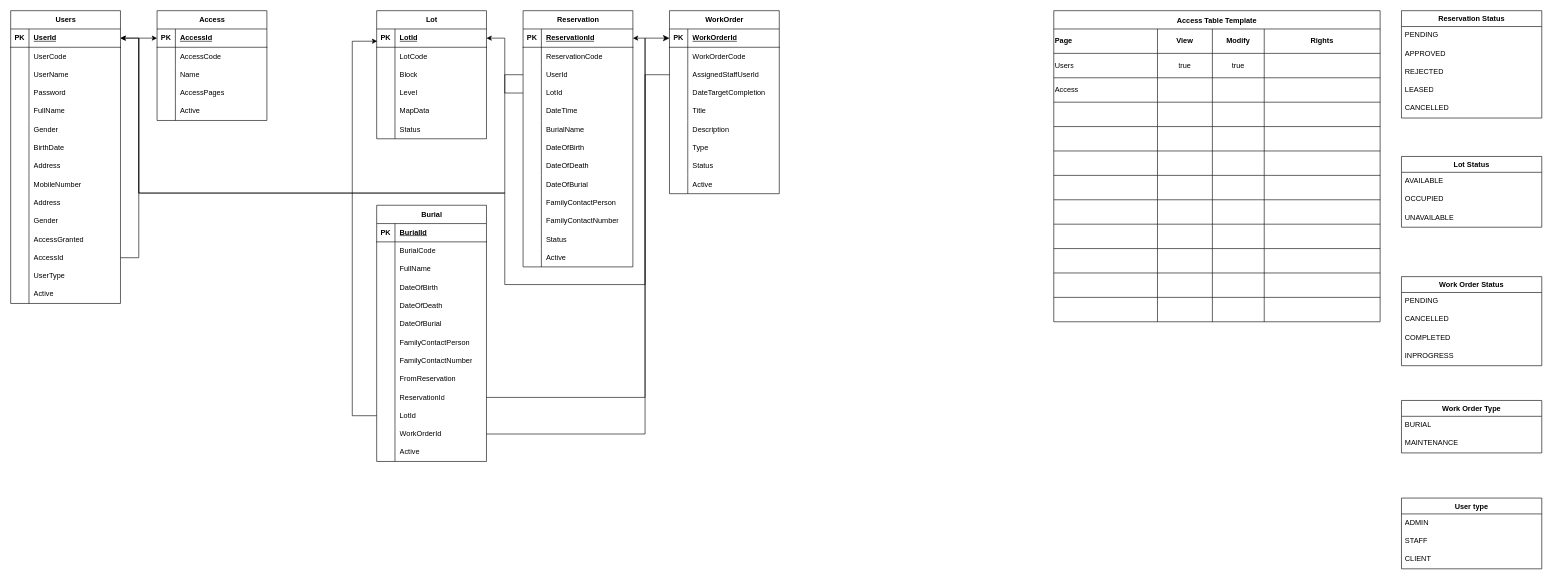
The draw.io diagram db/diagram.drawio in erwin-io/cemify, before the edit. Source tidied: cells renumbered, new cells numbered last; positions are measured from the earlier drawing's top-left corner, leaving out a move shared by most shapes. Both pictures are drawn from the tidied source at 61%, with x=0, y=0 at pixel (10, 10).
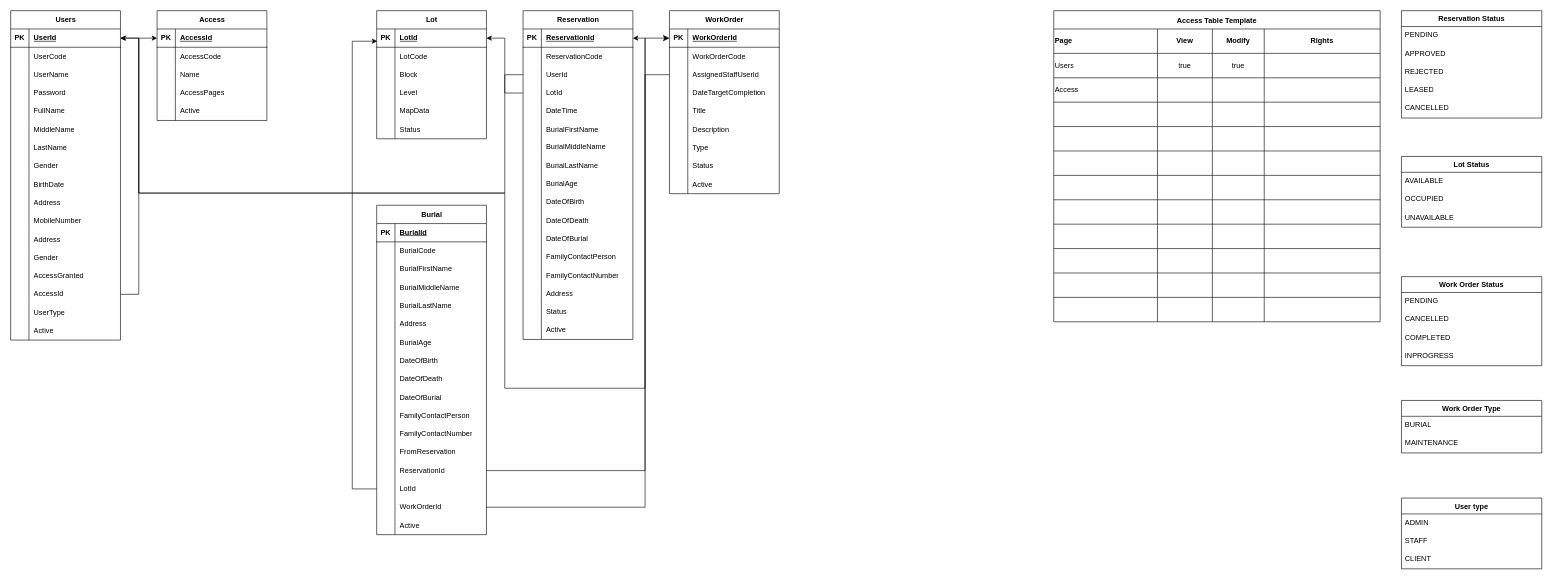
The same page after the edit.

The change refers to these unchanged cells:
```xml
<mxCell id="3" style="shape=tableRow;horizontal=0;startSize=0;swimlaneHead=0;swimlaneBody=0;fillColor=none;points=[[0,0.5],[1,0.5]];portConstraint=eastwest;top=0;left=0;right=0;bottom=1;" parent="2" vertex="1">
  <mxGeometry y="30" width="180" height="30" as="geometry" />
</mxCell>
<mxCell id="133" style="shape=tableRow;horizontal=0;startSize=0;swimlaneHead=0;swimlaneBody=0;fillColor=none;points=[[0,0.5],[1,0.5]];portConstraint=eastwest;top=0;left=0;right=0;bottom=1;" parent="132" vertex="1">
  <mxGeometry y="30" width="180" height="30" as="geometry" />
</mxCell>
<mxCell id="199" style="shape=tableRow;horizontal=0;startSize=0;swimlaneHead=0;swimlaneBody=0;fillColor=none;top=0;left=0;right=0;bottom=0;" parent="192" vertex="1">
  <mxGeometry y="90" width="180" height="30" as="geometry" />
</mxCell>
<mxCell id="240" style="shape=tableRow;horizontal=0;startSize=0;swimlaneHead=0;swimlaneBody=0;fillColor=none;points=[[0,0.5],[1,0.5]];portConstraint=eastwest;top=0;left=0;right=0;bottom=1;" parent="239" vertex="1">
  <mxGeometry y="30" width="180" height="30" as="geometry" />
</mxCell>
<mxCell id="246" style="shape=tableRow;horizontal=0;startSize=0;swimlaneHead=0;swimlaneBody=0;fillColor=none;points=[[0,0.5],[1,0.5]];portConstraint=eastwest;top=0;left=0;right=0;bottom=0;" parent="239" vertex="1">
  <mxGeometry y="90" width="180" height="30" as="geometry" />
</mxCell>
```

Change to the diagram source:
```diff
@@
     <mxCell id="2" value="Users" style="shape=table;startSize=30;childLayout=tableLayout;rowLines=0;fontStyle=1;align=center;html=1;" parent="1" vertex="1">
-      <mxGeometry width="180" height="480" as="geometry" />
+      <mxGeometry width="180" height="540" as="geometry" />
     </mxCell>
@@
+    <mxCell id="281" style="shape=tableRow;horizontal=0;startSize=0;swimlaneHead=0;swimlaneBody=0;fillColor=none;top=0;left=0;right=0;bottom=0;" parent="2" vertex="1">
+      <mxGeometry y="180" width="180" height="30" as="geometry" />
+    </mxCell>
+    <mxCell id="282" style="shape=partialRectangle;fillColor=none;top=0;left=0;bottom=0;right=0;overflow=hidden;whiteSpace=wrap;html=1;" parent="281" vertex="1">
+      <mxGeometry width="30" height="30" as="geometry" />
+    </mxCell>
+    <mxCell id="283" value="MiddleName" style="shape=partialRectangle;fillColor=none;top=0;left=0;bottom=0;right=0;align=left;spacingLeft=6;overflow=hidden;whiteSpace=wrap;html=1;" parent="281" vertex="1">
+      <mxGeometry x="30" width="150" height="30" as="geometry" />
+    </mxCell>
+    <mxCell id="284" style="shape=tableRow;horizontal=0;startSize=0;swimlaneHead=0;swimlaneBody=0;fillColor=none;top=0;left=0;right=0;bottom=0;" parent="2" vertex="1">
+      <mxGeometry y="210" width="180" height="30" as="geometry" />
+    </mxCell>
+    <mxCell id="285" style="shape=partialRectangle;fillColor=none;top=0;left=0;bottom=0;right=0;overflow=hidden;whiteSpace=wrap;html=1;" parent="284" vertex="1">
+      <mxGeometry width="30" height="30" as="geometry" />
+    </mxCell>
+    <mxCell id="286" value="LastName" style="shape=partialRectangle;fillColor=none;top=0;left=0;bottom=0;right=0;align=left;spacingLeft=6;overflow=hidden;whiteSpace=wrap;html=1;" parent="284" vertex="1">
+      <mxGeometry x="30" width="150" height="30" as="geometry" />
+    </mxCell>
     <mxCell id="18" style="shape=tableRow;horizontal=0;startSize=0;swimlaneHead=0;swimlaneBody=0;fillColor=none;top=0;left=0;right=0;bottom=0;" parent="2" vertex="1">
-      <mxGeometry y="180" width="180" height="30" as="geometry" />
+      <mxGeometry y="240" width="180" height="30" as="geometry" />
     </mxCell>
@@
     <mxCell id="21" style="shape=tableRow;horizontal=0;startSize=0;swimlaneHead=0;swimlaneBody=0;fillColor=none;top=0;left=0;right=0;bottom=0;" parent="2" vertex="1">
-      <mxGeometry y="210" width="180" height="30" as="geometry" />
+      <mxGeometry y="270" width="180" height="30" as="geometry" />
     </mxCell>
@@
     <mxCell id="24" style="shape=tableRow;horizontal=0;startSize=0;swimlaneHead=0;swimlaneBody=0;fillColor=none;top=0;left=0;right=0;bottom=0;" parent="2" vertex="1">
-      <mxGeometry y="240" width="180" height="30" as="geometry" />
+      <mxGeometry y="300" width="180" height="30" as="geometry" />
     </mxCell>
@@
     <mxCell id="27" style="shape=tableRow;horizontal=0;startSize=0;swimlaneHead=0;swimlaneBody=0;fillColor=none;top=0;left=0;right=0;bottom=0;" parent="2" vertex="1">
-      <mxGeometry y="270" width="180" height="30" as="geometry" />
+      <mxGeometry y="330" width="180" height="30" as="geometry" />
     </mxCell>
@@
     <mxCell id="30" style="shape=tableRow;horizontal=0;startSize=0;swimlaneHead=0;swimlaneBody=0;fillColor=none;top=0;left=0;right=0;bottom=0;" parent="2" vertex="1">
-      <mxGeometry y="300" width="180" height="30" as="geometry" />
+      <mxGeometry y="360" width="180" height="30" as="geometry" />
     </mxCell>
@@
     <mxCell id="33" style="shape=tableRow;horizontal=0;startSize=0;swimlaneHead=0;swimlaneBody=0;fillColor=none;top=0;left=0;right=0;bottom=0;" parent="2" vertex="1">
-      <mxGeometry y="330" width="180" height="30" as="geometry" />
+      <mxGeometry y="390" width="180" height="30" as="geometry" />
     </mxCell>
@@
     <mxCell id="36" style="shape=tableRow;horizontal=0;startSize=0;swimlaneHead=0;swimlaneBody=0;fillColor=none;top=0;left=0;right=0;bottom=0;" parent="2" vertex="1">
-      <mxGeometry y="360" width="180" height="30" as="geometry" />
+      <mxGeometry y="420" width="180" height="30" as="geometry" />
     </mxCell>
@@
     <mxCell id="39" style="shape=tableRow;horizontal=0;startSize=0;swimlaneHead=0;swimlaneBody=0;fillColor=none;points=[[0,0.5],[1,0.5]];portConstraint=eastwest;top=0;left=0;right=0;bottom=0;" parent="2" vertex="1">
-      <mxGeometry y="390" width="180" height="30" as="geometry" />
+      <mxGeometry y="450" width="180" height="30" as="geometry" />
     </mxCell>
@@
     <mxCell id="42" style="shape=tableRow;horizontal=0;startSize=0;swimlaneHead=0;swimlaneBody=0;fillColor=none;top=0;left=0;right=0;bottom=0;" parent="2" vertex="1">
-      <mxGeometry y="420" width="180" height="30" as="geometry" />
+      <mxGeometry y="480" width="180" height="30" as="geometry" />
     </mxCell>
@@
     <mxCell id="45" style="shape=tableRow;horizontal=0;startSize=0;swimlaneHead=0;swimlaneBody=0;fillColor=none;top=0;left=0;right=0;bottom=0;" parent="2" vertex="1">
-      <mxGeometry y="450" width="180" height="30" as="geometry" />
+      <mxGeometry y="510" width="180" height="30" as="geometry" />
     </mxCell>
@@
     <mxCell id="151" value="Reservation" style="shape=table;startSize=30;childLayout=tableLayout;rowLines=0;fontStyle=1;align=center;html=1;" parent="1" vertex="1">
-      <mxGeometry x="840" width="180" height="420" as="geometry" />
+      <mxGeometry x="840" width="180" height="539" as="geometry" />
     </mxCell>
@@
     <mxCell id="167" style="shape=tableRow;horizontal=0;startSize=0;swimlaneHead=0;swimlaneBody=0;fillColor=none;top=0;left=0;right=0;bottom=0;" parent="151" vertex="1">
-      <mxGeometry y="180" width="180" height="30" as="geometry" />
+      <mxGeometry y="180" width="180" height="29" as="geometry" />
     </mxCell>
     <mxCell id="168" style="shape=partialRectangle;fillColor=none;top=0;left=0;bottom=0;right=0;overflow=hidden;whiteSpace=wrap;html=1;" parent="167" vertex="1">
-      <mxGeometry width="30" height="30" as="geometry" />
+      <mxGeometry width="30" height="29" as="geometry" />
     </mxCell>
-    <mxCell id="169" value="BurialName" style="shape=partialRectangle;fillColor=none;top=0;left=0;bottom=0;right=0;align=left;spacingLeft=6;overflow=hidden;whiteSpace=wrap;html=1;" parent="167" vertex="1">
-      <mxGeometry x="30" width="150" height="30" as="geometry" />
+    <mxCell id="169" value="BurialFirstName" style="shape=partialRectangle;fillColor=none;top=0;left=0;bottom=0;right=0;align=left;spacingLeft=6;overflow=hidden;whiteSpace=wrap;html=1;" parent="167" vertex="1">
+      <mxGeometry x="30" width="150" height="29" as="geometry" />
     </mxCell>
+    <mxCell id="287" style="shape=tableRow;horizontal=0;startSize=0;swimlaneHead=0;swimlaneBody=0;fillColor=none;top=0;left=0;right=0;bottom=0;" parent="151" vertex="1">
+      <mxGeometry y="209" width="180" height="30" as="geometry" />
+    </mxCell>
+    <mxCell id="288" style="shape=partialRectangle;fillColor=none;top=0;left=0;bottom=0;right=0;overflow=hidden;whiteSpace=wrap;html=1;" parent="287" vertex="1">
+      <mxGeometry width="30" height="30" as="geometry" />
+    </mxCell>
+    <mxCell id="289" value="BurialMiddleName" style="shape=partialRectangle;fillColor=none;top=0;left=0;bottom=0;right=0;align=left;spacingLeft=6;overflow=hidden;whiteSpace=wrap;html=1;" parent="287" vertex="1">
+      <mxGeometry x="30" width="150" height="30" as="geometry" />
+    </mxCell>
+    <mxCell id="290" style="shape=tableRow;horizontal=0;startSize=0;swimlaneHead=0;swimlaneBody=0;fillColor=none;top=0;left=0;right=0;bottom=0;" parent="151" vertex="1">
+      <mxGeometry y="239" width="180" height="30" as="geometry" />
+    </mxCell>
+    <mxCell id="291" style="shape=partialRectangle;fillColor=none;top=0;left=0;bottom=0;right=0;overflow=hidden;whiteSpace=wrap;html=1;" parent="290" vertex="1">
+      <mxGeometry width="30" height="30" as="geometry" />
+    </mxCell>
+    <mxCell id="292" value="BurialLastName" style="shape=partialRectangle;fillColor=none;top=0;left=0;bottom=0;right=0;align=left;spacingLeft=6;overflow=hidden;whiteSpace=wrap;html=1;" parent="290" vertex="1">
+      <mxGeometry x="30" width="150" height="30" as="geometry" />
+    </mxCell>
+    <mxCell id="293" style="shape=tableRow;horizontal=0;startSize=0;swimlaneHead=0;swimlaneBody=0;fillColor=none;top=0;left=0;right=0;bottom=0;" parent="151" vertex="1">
+      <mxGeometry y="269" width="180" height="30" as="geometry" />
+    </mxCell>
+    <mxCell id="294" style="shape=partialRectangle;fillColor=none;top=0;left=0;bottom=0;right=0;overflow=hidden;whiteSpace=wrap;html=1;" parent="293" vertex="1">
+      <mxGeometry width="30" height="30" as="geometry" />
+    </mxCell>
+    <mxCell id="295" value="BurialAge" style="shape=partialRectangle;fillColor=none;top=0;left=0;bottom=0;right=0;align=left;spacingLeft=6;overflow=hidden;whiteSpace=wrap;html=1;" parent="293" vertex="1">
+      <mxGeometry x="30" width="150" height="30" as="geometry" />
+    </mxCell>
     <mxCell id="170" style="shape=tableRow;horizontal=0;startSize=0;swimlaneHead=0;swimlaneBody=0;fillColor=none;top=0;left=0;right=0;bottom=0;" parent="151" vertex="1">
-      <mxGeometry y="210" width="180" height="30" as="geometry" />
+      <mxGeometry y="299" width="180" height="30" as="geometry" />
     </mxCell>
@@
     <mxCell id="173" style="shape=tableRow;horizontal=0;startSize=0;swimlaneHead=0;swimlaneBody=0;fillColor=none;top=0;left=0;right=0;bottom=0;" parent="151" vertex="1">
-      <mxGeometry y="240" width="180" height="30" as="geometry" />
+      <mxGeometry y="329" width="180" height="30" as="geometry" />
     </mxCell>
@@
     <mxCell id="176" style="shape=tableRow;horizontal=0;startSize=0;swimlaneHead=0;swimlaneBody=0;fillColor=none;top=0;left=0;right=0;bottom=0;" parent="151" vertex="1">
-      <mxGeometry y="270" width="180" height="30" as="geometry" />
+      <mxGeometry y="359" width="180" height="30" as="geometry" />
     </mxCell>
@@
     <mxCell id="179" style="shape=tableRow;horizontal=0;startSize=0;swimlaneHead=0;swimlaneBody=0;fillColor=none;top=0;left=0;right=0;bottom=0;" parent="151" vertex="1">
-      <mxGeometry y="300" width="180" height="30" as="geometry" />
+      <mxGeometry y="389" width="180" height="30" as="geometry" />
     </mxCell>
@@
     <mxCell id="182" style="shape=tableRow;horizontal=0;startSize=0;swimlaneHead=0;swimlaneBody=0;fillColor=none;top=0;left=0;right=0;bottom=0;" parent="151" vertex="1">
-      <mxGeometry y="330" width="180" height="30" as="geometry" />
+      <mxGeometry y="419" width="180" height="30" as="geometry" />
     </mxCell>
@@
+    <mxCell id="296" style="shape=tableRow;horizontal=0;startSize=0;swimlaneHead=0;swimlaneBody=0;fillColor=none;top=0;left=0;right=0;bottom=0;" parent="151" vertex="1">
+      <mxGeometry y="449" width="180" height="30" as="geometry" />
+    </mxCell>
+    <mxCell id="297" style="shape=partialRectangle;fillColor=none;top=0;left=0;bottom=0;right=0;overflow=hidden;whiteSpace=wrap;html=1;" parent="296" vertex="1">
+      <mxGeometry width="30" height="30" as="geometry" />
+    </mxCell>
+    <mxCell id="298" value="Address" style="shape=partialRectangle;fillColor=none;top=0;left=0;bottom=0;right=0;align=left;spacingLeft=6;overflow=hidden;whiteSpace=wrap;html=1;" parent="296" vertex="1">
+      <mxGeometry x="30" width="150" height="30" as="geometry" />
+    </mxCell>
     <mxCell id="185" style="shape=tableRow;horizontal=0;startSize=0;swimlaneHead=0;swimlaneBody=0;fillColor=none;top=0;left=0;right=0;bottom=0;" parent="151" vertex="1">
-      <mxGeometry y="360" width="180" height="30" as="geometry" />
+      <mxGeometry y="479" width="180" height="30" as="geometry" />
     </mxCell>
@@
     <mxCell id="188" style="shape=tableRow;horizontal=0;startSize=0;swimlaneHead=0;swimlaneBody=0;fillColor=none;top=0;left=0;right=0;bottom=0;" parent="151" vertex="1">
-      <mxGeometry y="390" width="180" height="30" as="geometry" />
+      <mxGeometry y="509" width="180" height="30" as="geometry" />
     </mxCell>
@@
     <mxCell id="192" value="Burial" style="shape=table;startSize=30;childLayout=tableLayout;rowLines=0;fontStyle=1;align=center;html=1;" parent="1" vertex="1">
-      <mxGeometry x="600" y="319" width="180" height="420" as="geometry" />
+      <mxGeometry x="600" y="319" width="180" height="540" as="geometry" />
     </mxCell>
@@
-    <mxCell id="201" value="FullName" style="shape=partialRectangle;fillColor=none;top=0;left=0;bottom=0;right=0;align=left;spacingLeft=6;overflow=hidden;whiteSpace=wrap;html=1;" parent="199" vertex="1">
+    <mxCell id="201" value="BurialFirstName" style="shape=partialRectangle;fillColor=none;top=0;left=0;bottom=0;right=0;align=left;spacingLeft=6;overflow=hidden;whiteSpace=wrap;html=1;" parent="199" vertex="1">
       <mxGeometry x="30" width="150" height="30" as="geometry" />
     </mxCell>
+    <mxCell id="299" style="shape=tableRow;horizontal=0;startSize=0;swimlaneHead=0;swimlaneBody=0;fillColor=none;top=0;left=0;right=0;bottom=0;" parent="192" vertex="1">
+      <mxGeometry y="120" width="180" height="30" as="geometry" />
+    </mxCell>
+    <mxCell id="300" style="shape=partialRectangle;fillColor=none;top=0;left=0;bottom=0;right=0;overflow=hidden;whiteSpace=wrap;html=1;" parent="299" vertex="1">
+      <mxGeometry width="30" height="30" as="geometry" />
+    </mxCell>
+    <mxCell id="301" value="BurialMiddleName" style="shape=partialRectangle;fillColor=none;top=0;left=0;bottom=0;right=0;align=left;spacingLeft=6;overflow=hidden;whiteSpace=wrap;html=1;" parent="299" vertex="1">
+      <mxGeometry x="30" width="150" height="30" as="geometry" />
+    </mxCell>
+    <mxCell id="302" style="shape=tableRow;horizontal=0;startSize=0;swimlaneHead=0;swimlaneBody=0;fillColor=none;top=0;left=0;right=0;bottom=0;" parent="192" vertex="1">
+      <mxGeometry y="150" width="180" height="30" as="geometry" />
+    </mxCell>
+    <mxCell id="303" style="shape=partialRectangle;fillColor=none;top=0;left=0;bottom=0;right=0;overflow=hidden;whiteSpace=wrap;html=1;" parent="302" vertex="1">
+      <mxGeometry width="30" height="30" as="geometry" />
+    </mxCell>
+    <mxCell id="304" value="BurialLastName" style="shape=partialRectangle;fillColor=none;top=0;left=0;bottom=0;right=0;align=left;spacingLeft=6;overflow=hidden;whiteSpace=wrap;html=1;" parent="302" vertex="1">
+      <mxGeometry x="30" width="150" height="30" as="geometry" />
+    </mxCell>
+    <mxCell id="305" style="shape=tableRow;horizontal=0;startSize=0;swimlaneHead=0;swimlaneBody=0;fillColor=none;top=0;left=0;right=0;bottom=0;" parent="192" vertex="1">
+      <mxGeometry y="180" width="180" height="30" as="geometry" />
+    </mxCell>
+    <mxCell id="306" style="shape=partialRectangle;fillColor=none;top=0;left=0;bottom=0;right=0;overflow=hidden;whiteSpace=wrap;html=1;" parent="305" vertex="1">
+      <mxGeometry width="30" height="30" as="geometry" />
+    </mxCell>
+    <mxCell id="307" value="Address" style="shape=partialRectangle;fillColor=none;top=0;left=0;bottom=0;right=0;align=left;spacingLeft=6;overflow=hidden;whiteSpace=wrap;html=1;" parent="305" vertex="1">
+      <mxGeometry x="30" width="150" height="30" as="geometry" />
+    </mxCell>
+    <mxCell id="308" style="shape=tableRow;horizontal=0;startSize=0;swimlaneHead=0;swimlaneBody=0;fillColor=none;top=0;left=0;right=0;bottom=0;" parent="192" vertex="1">
+      <mxGeometry y="210" width="180" height="30" as="geometry" />
+    </mxCell>
+    <mxCell id="309" style="shape=partialRectangle;fillColor=none;top=0;left=0;bottom=0;right=0;overflow=hidden;whiteSpace=wrap;html=1;" parent="308" vertex="1">
+      <mxGeometry width="30" height="30" as="geometry" />
+    </mxCell>
+    <mxCell id="310" value="BurialAge" style="shape=partialRectangle;fillColor=none;top=0;left=0;bottom=0;right=0;align=left;spacingLeft=6;overflow=hidden;whiteSpace=wrap;html=1;" parent="308" vertex="1">
+      <mxGeometry x="30" width="150" height="30" as="geometry" />
+    </mxCell>
     <mxCell id="202" style="shape=tableRow;horizontal=0;startSize=0;swimlaneHead=0;swimlaneBody=0;fillColor=none;top=0;left=0;right=0;bottom=0;" parent="192" vertex="1">
-      <mxGeometry y="120" width="180" height="30" as="geometry" />
+      <mxGeometry y="240" width="180" height="30" as="geometry" />
     </mxCell>
@@
     <mxCell id="205" style="shape=tableRow;horizontal=0;startSize=0;swimlaneHead=0;swimlaneBody=0;fillColor=none;top=0;left=0;right=0;bottom=0;" parent="192" vertex="1">
-      <mxGeometry y="150" width="180" height="30" as="geometry" />
+      <mxGeometry y="270" width="180" height="30" as="geometry" />
     </mxCell>
@@
     <mxCell id="208" style="shape=tableRow;horizontal=0;startSize=0;swimlaneHead=0;swimlaneBody=0;fillColor=none;top=0;left=0;right=0;bottom=0;" parent="192" vertex="1">
-      <mxGeometry y="180" width="180" height="30" as="geometry" />
+      <mxGeometry y="300" width="180" height="30" as="geometry" />
     </mxCell>
@@
     <mxCell id="211" style="shape=tableRow;horizontal=0;startSize=0;swimlaneHead=0;swimlaneBody=0;fillColor=none;top=0;left=0;right=0;bottom=0;" parent="192" vertex="1">
-      <mxGeometry y="210" width="180" height="30" as="geometry" />
+      <mxGeometry y="330" width="180" height="30" as="geometry" />
     </mxCell>
@@
     <mxCell id="214" style="shape=tableRow;horizontal=0;startSize=0;swimlaneHead=0;swimlaneBody=0;fillColor=none;top=0;left=0;right=0;bottom=0;" parent="192" vertex="1">
-      <mxGeometry y="240" width="180" height="30" as="geometry" />
+      <mxGeometry y="360" width="180" height="30" as="geometry" />
     </mxCell>
@@
     <mxCell id="217" style="shape=tableRow;horizontal=0;startSize=0;swimlaneHead=0;swimlaneBody=0;fillColor=none;top=0;left=0;right=0;bottom=0;" parent="192" vertex="1">
-      <mxGeometry y="270" width="180" height="30" as="geometry" />
+      <mxGeometry y="390" width="180" height="30" as="geometry" />
     </mxCell>
@@
     <mxCell id="220" style="shape=tableRow;horizontal=0;startSize=0;swimlaneHead=0;swimlaneBody=0;fillColor=none;points=[[0,0.5],[1,0.5]];portConstraint=eastwest;top=0;left=0;right=0;bottom=0;" parent="192" vertex="1">
-      <mxGeometry y="300" width="180" height="30" as="geometry" />
+      <mxGeometry y="420" width="180" height="30" as="geometry" />
     </mxCell>
@@
     <mxCell id="223" style="shape=tableRow;horizontal=0;startSize=0;swimlaneHead=0;swimlaneBody=0;fillColor=none;points=[[0,0.5],[1,0.5]];portConstraint=eastwest;top=0;left=0;right=0;bottom=0;" parent="192" vertex="1">
-      <mxGeometry y="330" width="180" height="30" as="geometry" />
+      <mxGeometry y="450" width="180" height="30" as="geometry" />
     </mxCell>
@@
     <mxCell id="226" style="shape=tableRow;horizontal=0;startSize=0;swimlaneHead=0;swimlaneBody=0;fillColor=none;points=[[0,0.5],[1,0.5]];portConstraint=eastwest;top=0;left=0;right=0;bottom=0;" parent="192" vertex="1">
-      <mxGeometry y="360" width="180" height="30" as="geometry" />
+      <mxGeometry y="480" width="180" height="30" as="geometry" />
     </mxCell>
@@
     <mxCell id="229" style="shape=tableRow;horizontal=0;startSize=0;swimlaneHead=0;swimlaneBody=0;fillColor=none;top=0;left=0;right=0;bottom=0;" parent="192" vertex="1">
-      <mxGeometry y="390" width="180" height="30" as="geometry" />
+      <mxGeometry y="510" width="180" height="30" as="geometry" />
     </mxCell>
@@
-    <mxCell id="234" style="edgeStyle=orthogonalEdgeStyle;rounded=0;jettySize=auto;html=1;entryX=0.005;entryY=0.669;entryDx=0;entryDy=0;entryPerimeter=0;" parent="1" edge="1" source="223" target="133">
+    <mxCell id="234" style="edgeStyle=orthogonalEdgeStyle;rounded=0;jettySize=auto;html=1;entryX=0.005;entryY=0.669;entryDx=0;entryDy=0;entryPerimeter=0;exitX=0;exitY=0.5;exitDx=0;exitDy=0;" parent="1" edge="1" source="223" target="133">
       <mxGeometry relative="1" as="geometry">
         <Array as="points">
-          <mxPoint x="560" y="664" />
+          <mxPoint x="560" y="784" />
           <mxPoint x="560" y="50" />
         </Array>
       </mxGeometry>
     </mxCell>
@@
     <mxCell id="267" style="edgeStyle=orthogonalEdgeStyle;rounded=0;jettySize=auto;html=1;exitX=0;exitY=0.5;exitDx=0;exitDy=0;entryX=1;entryY=0.5;entryDx=0;entryDy=0;" parent="1" edge="1" source="246" target="3">
       <mxGeometry relative="1" as="geometry">
         <Array as="points">
           <mxPoint x="1040" y="105" />
-          <mxPoint x="1040" y="449" />
-          <mxPoint x="810" y="449" />
+          <mxPoint x="1040" y="619" />
+          <mxPoint x="810" y="619" />
           <mxPoint x="810" y="299" />
           <mxPoint x="210" y="299" />
           <mxPoint x="210" y="45" />
         </Array>
       </mxGeometry>
     </mxCell>
@@
-    <mxCell id="277" style="edgeStyle=orthogonalEdgeStyle;rounded=0;jettySize=auto;html=1;entryX=0;entryY=0.5;entryDx=0;entryDy=0;fontSize=12;startSize=8;endSize=8;" parent="1" edge="1" source="226" target="240">
+    <mxCell id="277" style="edgeStyle=orthogonalEdgeStyle;rounded=0;jettySize=auto;html=1;entryX=0;entryY=0.5;entryDx=0;entryDy=0;fontSize=12;startSize=8;endSize=8;exitX=1;exitY=0.5;exitDx=0;exitDy=0;" parent="1" edge="1" source="226" target="240">
       <mxGeometry relative="1" as="geometry">
         <Array as="points">
-          <mxPoint x="1040" y="694" />
+          <mxPoint x="1040" y="814" />
           <mxPoint x="1040" y="45" />
         </Array>
       </mxGeometry>
     </mxCell>
```
